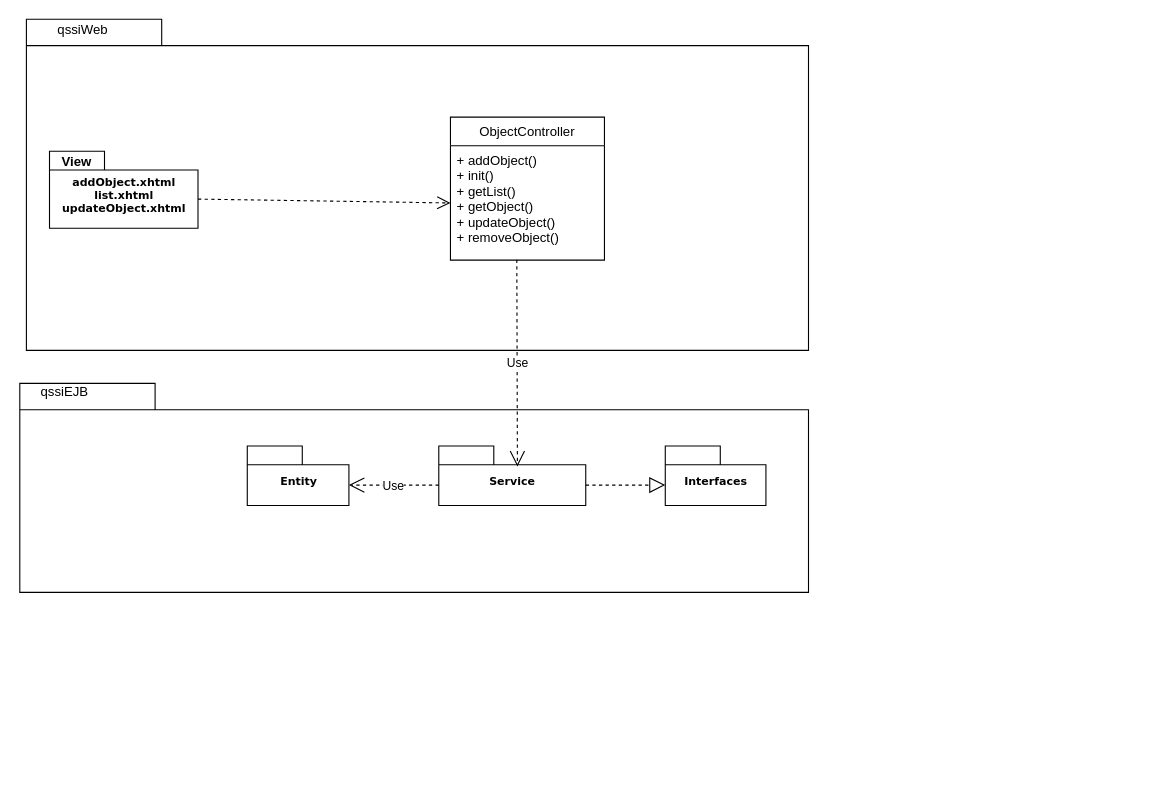
Earlier version of the draw.io diagram qssiDocumentació/qssi_Architecture.drawio (vherrera-dgtic/qsi). Source tidied: cells renumbered, new cells numbered last; positions are measured from the earlier drawing's top-left corner, leaving out a move shared by most shapes. Both pictures are drawn from the tidied source at 110%, with x=0, y=0 at pixel (19, 19).
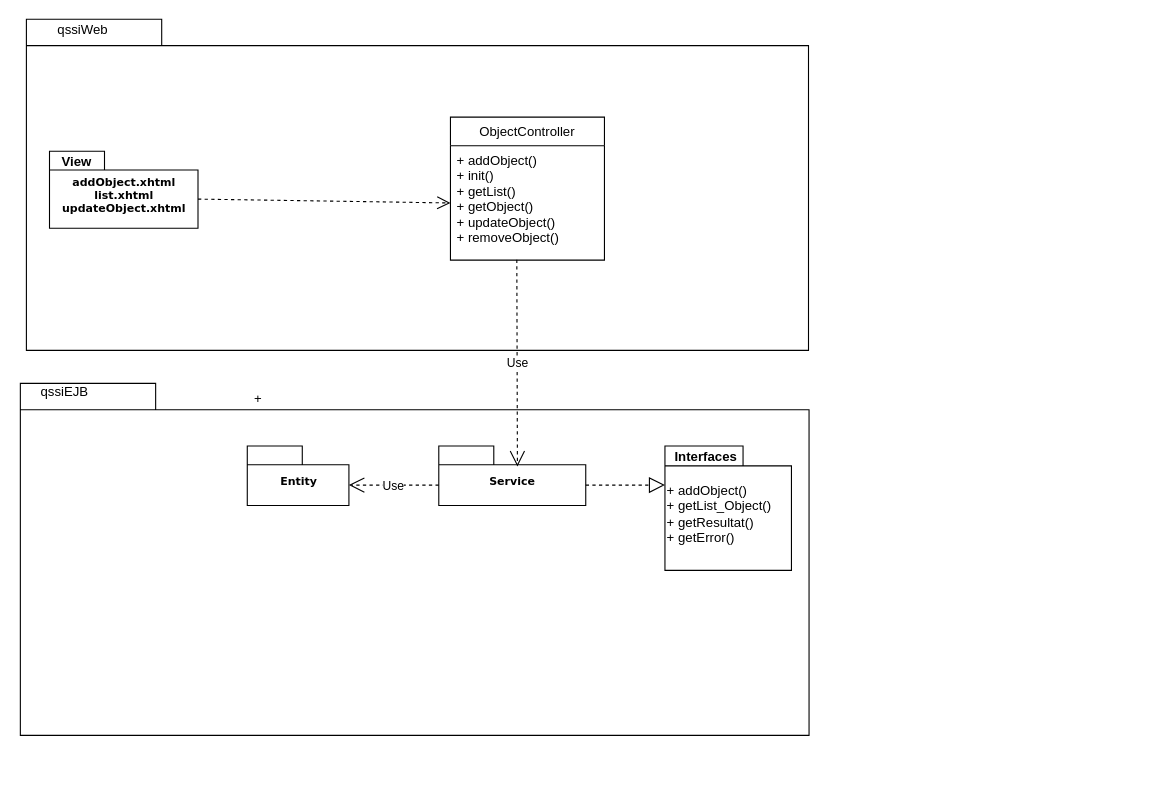
The same page after the edit.

Change to the diagram source:
```diff
@@
 <mxGraphModel background="#ffffff">
   <root>
     <mxCell id="0" />
     <mxCell id="1" parent="0" />
-    <mxCell id="2" style="group;" parent="1" vertex="1">
+    <mxCell id="2" value="+" style="group;align=left;" parent="1" vertex="1">
       <mxGeometry x="212" y="331" width="807" height="371" as="geometry" />
     </mxCell>
     <mxCell id="3" style="group;" parent="2" vertex="1">
       <mxGeometry width="807" height="371" as="geometry" />
     </mxCell>
     <mxCell id="4" style="shape=folder;fontStyle=1;spacingTop=10;tabWidth=123;tabHeight=24;tabPosition=left;html=1;rounded=0;shadow=0;comic=0;labelBackgroundColor=none;strokeColor=#000000;strokeWidth=1;fillColor=#ffffff;fontFamily=Verdana;fontSize=10;fontColor=#000000;align=center;" parent="3" vertex="1">
-      <mxGeometry x="-211.5" width="717" height="190" as="geometry" />
+      <mxGeometry x="-211" width="717" height="320" as="geometry" />
     </mxCell>
     <mxCell id="5" value="Entity" style="shape=folder;fontStyle=1;spacingTop=10;tabWidth=50;tabHeight=17;tabPosition=left;html=1;rounded=0;shadow=0;comic=0;labelBackgroundColor=none;strokeColor=#000000;strokeWidth=1;fillColor=#ffffff;fontFamily=Verdana;fontSize=10;fontColor=#000000;align=center;" parent="3" vertex="1">
       <mxGeometry x="-4.7" y="57" width="92.4" height="54" as="geometry" />
     </mxCell>
-    <mxCell id="6" value="Interfaces" style="shape=folder;fontStyle=1;spacingTop=10;tabWidth=50;tabHeight=17;tabPosition=left;html=1;rounded=0;shadow=0;comic=0;labelBackgroundColor=none;strokeColor=#000000;strokeWidth=1;fillColor=#ffffff;fontFamily=Verdana;fontSize=10;fontColor=#000000;align=center;" parent="3" vertex="1">
-      <mxGeometry x="375.3" y="57" width="91.5" height="54" as="geometry" />
+    <mxCell id="6" value="&lt;span style=&quot;font-weight: normal ; font-size: 12px&quot;&gt;&lt;font face=&quot;Helvetica&quot;&gt;+ addObject()&lt;br&gt;+ getList_Object()&lt;br&gt;+ getResultat()&lt;br&gt;+ getError()&lt;/font&gt;&lt;br&gt;&lt;/span&gt;" style="shape=folder;fontStyle=1;spacingTop=10;tabWidth=71;tabHeight=18;tabPosition=left;html=1;rounded=0;shadow=0;comic=0;labelBackgroundColor=none;strokeColor=#000000;strokeWidth=1;fillColor=#ffffff;fontFamily=Verdana;fontSize=12;fontColor=#000000;align=left;" parent="3" vertex="1">
+      <mxGeometry x="375" y="57" width="115" height="113" as="geometry" />
     </mxCell>
     <mxCell id="7" value="Service" style="shape=folder;fontStyle=1;spacingTop=10;tabWidth=50;tabHeight=17;tabPosition=left;html=1;rounded=0;shadow=0;comic=0;labelBackgroundColor=none;strokeColor=#000000;strokeWidth=1;fillColor=#ffffff;fontFamily=Verdana;fontSize=10;fontColor=#000000;align=center;" parent="3" vertex="1">
       <mxGeometry x="169.4" y="57" width="133.6" height="54" as="geometry" />
     </mxCell>
     <mxCell id="8" style="endArrow=block;dashed=1;endFill=0;endSize=12;html=1;entryX=0;entryY=0;entryDx=0;entryDy=35.5;entryPerimeter=0;exitX=0;exitY=0;exitDx=133.60333333333332;exitDy=35.5;exitPerimeter=0;" parent="3" edge="1" source="7" target="6">
       <mxGeometry relative="1" as="geometry" />
     </mxCell>
     <mxCell id="9" value="qssiEJB" style="text;html=1;strokeColor=none;fillColor=none;align=center;verticalAlign=middle;whiteSpace=wrap;rounded=0;" parent="3" vertex="1">
       <mxGeometry x="-211.8" width="83.4" height="15" as="geometry" />
     </mxCell>
     <mxCell id="10" value="Use" style="endArrow=open;endSize=12;dashed=1;html=1;exitX=0;exitY=0;exitDx=0;exitDy=35.5;exitPerimeter=0;entryX=0;entryY=0;entryDx=92.35666666666665;entryDy=35.5;entryPerimeter=0;" parent="3" edge="1" source="7" target="5">
       <mxGeometry relative="1" as="geometry" />
     </mxCell>
+    <mxCell id="19" value="Interfaces" style="text;align=center;fontStyle=1;verticalAlign=middle;spacingLeft=3;spacingRight=3;strokeColor=none;" parent="3" vertex="1">
+      <mxGeometry x="375" y="57" width="75" height="18" as="geometry" />
+    </mxCell>
     <mxCell id="11" style="shape=folder;fontStyle=1;spacingTop=10;tabWidth=123;tabHeight=24;tabPosition=left;html=1;rounded=0;shadow=0;comic=0;labelBackgroundColor=none;strokeColor=#000000;strokeWidth=1;fillColor=#ffffff;fontFamily=Verdana;fontSize=10;fontColor=#000000;align=center;" parent="1" vertex="1">
       <mxGeometry x="6.5" width="711" height="301" as="geometry" />
     </mxCell>
     <mxCell id="12" style="edgeStyle=none;rounded=0;html=1;dashed=1;labelBackgroundColor=none;startFill=0;endArrow=open;endFill=0;endSize=10;fontFamily=Verdana;fontSize=10;exitX=0;exitY=0;exitDx=135;exitDy=43.5;exitPerimeter=0;entryX=0;entryY=0.5;entryDx=0;entryDy=0;" parent="1" edge="1" source="13" target="16">
       <mxGeometry relative="1" as="geometry" />
     </mxCell>
     <mxCell id="13" value="addObject.xhtml&lt;br&gt;list.xhtml&lt;br&gt;updateObject.xhtml&lt;br&gt;" style="shape=folder;fontStyle=1;spacingTop=10;tabWidth=50;tabHeight=17;tabPosition=left;html=1;rounded=0;shadow=0;comic=0;labelBackgroundColor=none;strokeColor=#000000;strokeWidth=1;fillColor=#ffffff;fontFamily=Verdana;fontSize=10;fontColor=#000000;align=center;" parent="1" vertex="1">
       <mxGeometry x="27.5" y="120" width="135" height="70" as="geometry" />
     </mxCell>
     <mxCell id="14" value="qssiWeb" style="text;html=1;strokeColor=none;fillColor=none;align=center;verticalAlign=middle;whiteSpace=wrap;rounded=0;" parent="1" vertex="1">
       <mxGeometry x="37.5" width="40" height="20" as="geometry" />
     </mxCell>
     <mxCell id="15" value="ObjectController" style="swimlane;fontStyle=0;horizontal=1;startSize=26;fillColor=none;" parent="1" vertex="1">
       <mxGeometry x="392" y="89" width="140" height="130" as="geometry" />
     </mxCell>
     <mxCell id="16" value="+ addObject()&#10;+ init()&#10;+ getList()&#10;+ getObject()&#10;+ updateObject()&#10;+ removeObject()&#10;" style="text;strokeColor=none;fillColor=none;align=left;verticalAlign=top;spacingLeft=4;spacingRight=4;overflow=hidden;points=[[0,0.5],[1,0.5]];portConstraint=eastwest;" parent="15" vertex="1">
       <mxGeometry y="26" width="140" height="104" as="geometry" />
     </mxCell>
     <mxCell id="17" value="View" style="text;align=center;fontStyle=1;verticalAlign=middle;spacingLeft=3;spacingRight=3;strokeColor=none;" parent="1" vertex="1">
       <mxGeometry x="27.5" y="120" width="50" height="18" as="geometry" />
     </mxCell>
     <mxCell id="18" value="Use" style="endArrow=open;endSize=12;dashed=1;html=1;exitX=0.431;exitY=0.996;exitDx=0;exitDy=0;exitPerimeter=0;entryX=0.535;entryY=0.344;entryDx=0;entryDy=0;entryPerimeter=0;" parent="1" edge="1" source="16" target="7">
       <mxGeometry relative="1" as="geometry" />
     </mxCell>
   </root>
 </mxGraphModel>
```
